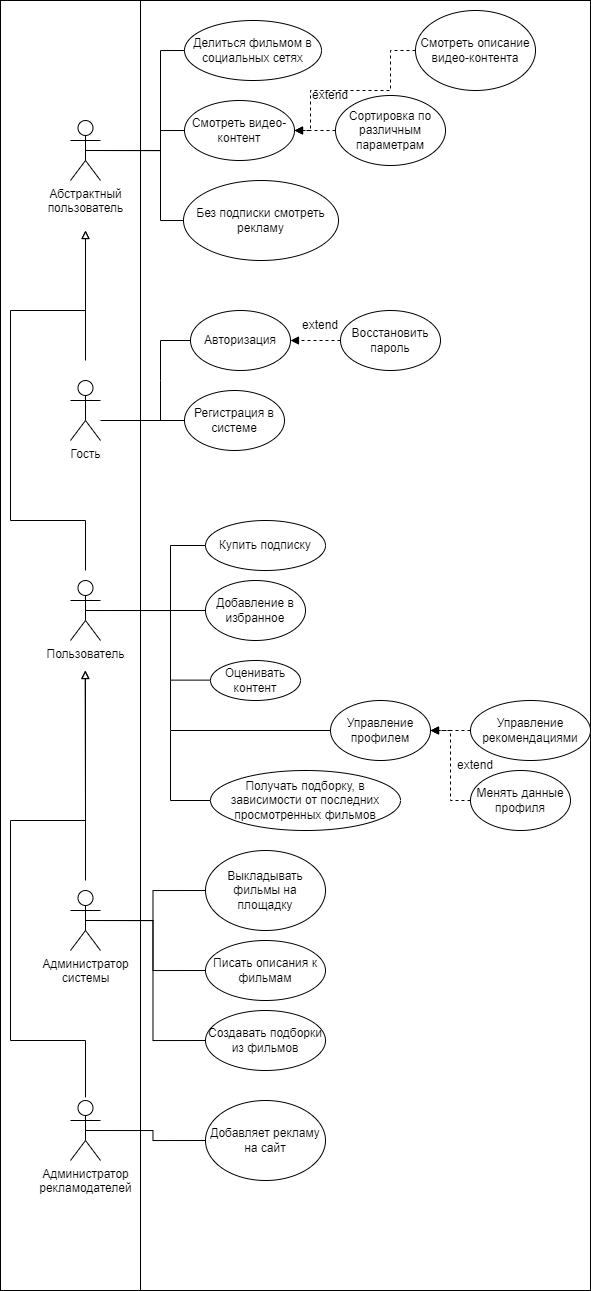
This is lab1/pic/schema.png from ta4ilka69/Fundamentals-of-Software-Engineering, a draw.io export, as it was before one commit. Source tidied: cells renumbered, new cells last; positions are measured from the earlier drawing's top-left corner, leaving out a move shared by most shapes.
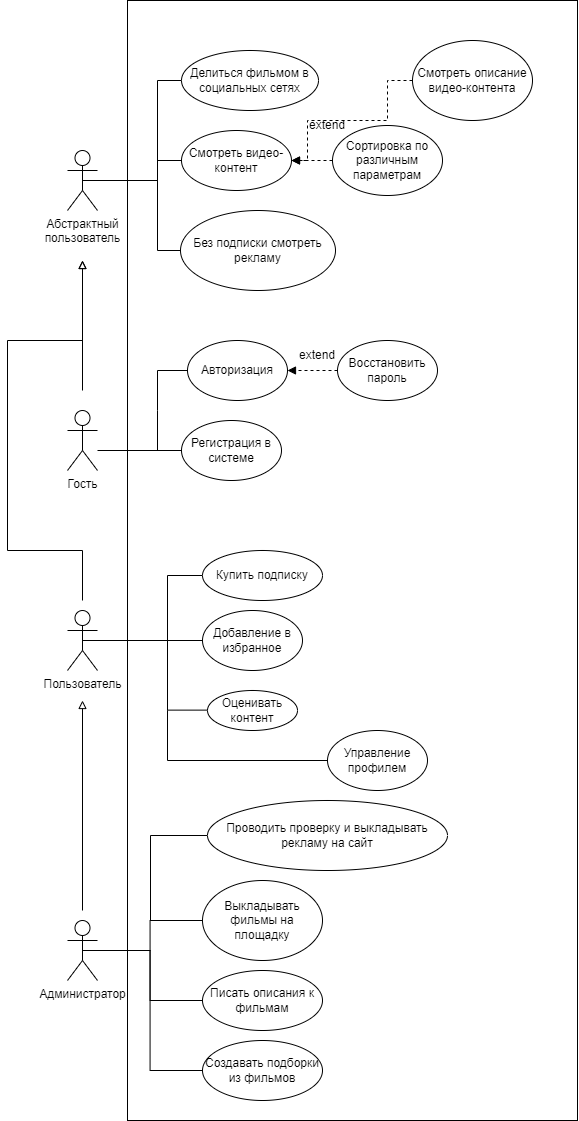
The same diagram one commit later.

Change to the diagram source:
```diff
@@ -2,12 +2,9 @@
   <root>
     <mxCell id="0" />
     <mxCell id="1" parent="0" />
-    <mxCell id="2" style="rounded=0;whiteSpace=wrap;html=1;" parent="1" vertex="1">
-      <mxGeometry width="140" height="1290" as="geometry" />
-    </mxCell>
-    <mxCell id="3" style="rounded=0;whiteSpace=wrap;html=1;" parent="1" vertex="1">
-      <mxGeometry x="140" width="450" height="1290" as="geometry" />
-    </mxCell>
+    <mxCell id="59" style="rounded=0;whiteSpace=wrap;html=1;" parent="1" vertex="1">
+      <mxGeometry x="130" y="-30" width="450" height="1120" as="geometry" />
+    </mxCell>
     <mxCell id="4" value="Гость" style="shape=umlActor;verticalLabelPosition=bottom;verticalAlign=top;html=1;" parent="1" vertex="1">
       <mxGeometry x="70" y="380" width="30" height="60" as="geometry" />
     </mxCell>
@@ -101,46 +98,15 @@
         <mxPoint x="330" y="730" as="targetPoint" />
       </mxGeometry>
     </mxCell>
-    <mxCell id="22" value="Управление рекомендациями" style="ellipse;whiteSpace=wrap;html=1;" parent="1" vertex="1">
-      <mxGeometry x="470" y="700" width="120" height="60" as="geometry" />
-    </mxCell>
     <mxCell id="23" value="Управление профилем" style="ellipse;whiteSpace=wrap;html=1;" parent="1" vertex="1">
       <mxGeometry x="330" y="700" width="100" height="60" as="geometry" />
     </mxCell>
-    <mxCell id="24" value="Менять данные профиля" style="ellipse;whiteSpace=wrap;html=1;" parent="1" vertex="1">
-      <mxGeometry x="470" y="770" width="100" height="60" as="geometry" />
-    </mxCell>
-    <mxCell id="25" style="endArrow=block;html=1;rounded=0;entryX=1;entryY=0.5;entryDx=0;entryDy=0;endFill=1;dashed=1;exitX=0;exitY=0.5;exitDx=0;exitDy=0;" parent="1" edge="1" source="22" target="23">
-      <mxGeometry relative="1" as="geometry" />
-    </mxCell>
-    <mxCell id="26" style="endArrow=block;html=1;rounded=0;entryX=1;entryY=0.5;entryDx=0;entryDy=0;endFill=1;dashed=1;exitX=0;exitY=0.5;exitDx=0;exitDy=0;" parent="1" edge="1" source="24" target="23">
-      <mxGeometry relative="1" as="geometry">
-        <Array as="points">
-          <mxPoint x="450" y="800" />
-          <mxPoint x="450" y="730" />
-        </Array>
-      </mxGeometry>
-    </mxCell>
     <mxCell id="27" style="endArrow=none;html=1;rounded=0;" parent="1" edge="1">
       <mxGeometry relative="1" as="geometry">
         <mxPoint x="170" y="730" as="sourcePoint" />
         <mxPoint x="170" y="680" as="targetPoint" />
       </mxGeometry>
     </mxCell>
-    <mxCell id="28" value="Получать подборку, в зависимости от последних просмотренных фильмов" style="ellipse;whiteSpace=wrap;html=1;" parent="1" vertex="1">
-      <mxGeometry x="210" y="770" width="190" height="60" as="geometry" />
-    </mxCell>
-    <mxCell id="29" style="endArrow=none;html=1;rounded=0;" parent="1" edge="1">
-      <mxGeometry relative="1" as="geometry">
-        <mxPoint x="170" y="800" as="sourcePoint" />
-        <mxPoint x="170" y="730" as="targetPoint" />
-      </mxGeometry>
-    </mxCell>
-    <mxCell id="30" style="endArrow=none;html=1;rounded=0;exitX=0;exitY=0.5;exitDx=0;exitDy=0;" parent="1" edge="1" source="28">
-      <mxGeometry relative="1" as="geometry">
-        <mxPoint x="170" y="800" as="targetPoint" />
-      </mxGeometry>
-    </mxCell>
     <mxCell id="31" style="edgeStyle=orthogonalEdgeStyle;rounded=0;jettySize=auto;html=1;exitX=0.5;exitY=0.5;exitDx=0;exitDy=0;exitPerimeter=0;entryX=0;entryY=0.5;entryDx=0;entryDy=0;strokeColor=default;endArrow=none;endFill=0;" parent="1" edge="1" source="34" target="35">
       <mxGeometry relative="1" as="geometry" />
     </mxCell>
@@ -150,7 +116,7 @@
     <mxCell id="33" style="edgeStyle=orthogonalEdgeStyle;rounded=0;jettySize=auto;html=1;exitX=0.5;exitY=0.5;exitDx=0;exitDy=0;exitPerimeter=0;entryX=0;entryY=0.5;entryDx=0;entryDy=0;endArrow=none;endFill=0;" parent="1" edge="1" source="34" target="37">
       <mxGeometry relative="1" as="geometry" />
     </mxCell>
-    <mxCell id="34" value="Администратор&lt;div&gt;системы&lt;/div&gt;" style="shape=umlActor;verticalLabelPosition=bottom;verticalAlign=top;html=1;outlineConnect=0;" parent="1" vertex="1">
+    <mxCell id="34" value="Администратор" style="shape=umlActor;verticalLabelPosition=bottom;verticalAlign=top;html=1;outlineConnect=0;" parent="1" vertex="1">
       <mxGeometry x="70" y="890" width="30" height="60" as="geometry" />
     </mxCell>
     <mxCell id="35" value="Выкладывать фильмы на площадку" style="ellipse;whiteSpace=wrap;html=1;" parent="1" vertex="1">
@@ -220,9 +186,6 @@
     <mxCell id="48" value="Купить подписку" style="ellipse;whiteSpace=wrap;html=1;" parent="1" vertex="1">
       <mxGeometry x="205" y="520" width="120" height="50" as="geometry" />
     </mxCell>
-    <mxCell id="49" value="extend" style="text;html=1;align=center;verticalAlign=middle;whiteSpace=wrap;rounded=0;" parent="1" vertex="1">
-      <mxGeometry x="445" y="750" width="60" height="30" as="geometry" />
-    </mxCell>
     <mxCell id="50" value="extend" style="text;html=1;align=center;verticalAlign=middle;whiteSpace=wrap;rounded=0;" parent="1" vertex="1">
       <mxGeometry x="290" y="310" width="60" height="30" as="geometry" />
     </mxCell>
@@ -241,26 +204,19 @@
     <mxCell id="54" value="Делиться фильмом в социальных сетях" style="ellipse;whiteSpace=wrap;html=1;" parent="1" vertex="1">
       <mxGeometry x="184" y="20" width="137" height="60" as="geometry" />
     </mxCell>
-    <mxCell id="55" style="edgeStyle=orthogonalEdgeStyle;rounded=0;jettySize=auto;html=1;exitX=0.5;exitY=0.5;exitDx=0;exitDy=0;exitPerimeter=0;entryX=0;entryY=0.5;entryDx=0;entryDy=0;endArrow=none;endFill=0;" parent="1" edge="1" source="56" target="58">
-      <mxGeometry relative="1" as="geometry" />
-    </mxCell>
-    <mxCell id="56" value="Администратор&lt;div&gt;рекламодателей&lt;/div&gt;&lt;div&gt;&lt;br&gt;&lt;/div&gt;" style="shape=umlActor;verticalLabelPosition=bottom;verticalAlign=top;html=1;outlineConnect=0;" parent="1" vertex="1">
-      <mxGeometry x="70" y="1100" width="30" height="60" as="geometry" />
-    </mxCell>
-    <mxCell id="57" style="endArrow=block;html=1;rounded=0;endFill=0;" parent="1" edge="1">
-      <mxGeometry relative="1" as="geometry">
-        <mxPoint x="85" y="1096.9" as="sourcePoint" />
-        <mxPoint x="84.6" y="670" as="targetPoint" />
-        <Array as="points">
-          <mxPoint x="85" y="1040" />
-          <mxPoint x="10" y="1040" />
-          <mxPoint x="10" y="820" />
-          <mxPoint x="85" y="820" />
-        </Array>
-      </mxGeometry>
-    </mxCell>
-    <mxCell id="58" value="Добавляет рекламу на сайт" style="ellipse;whiteSpace=wrap;html=1;" parent="1" vertex="1">
-      <mxGeometry x="205" y="1100" width="120" height="80" as="geometry" />
-    </mxCell>
+    <mxCell id="60" value="Проводить проверку и выкладывать рекламу на сайт" style="ellipse;whiteSpace=wrap;html=1;" parent="1" vertex="1">
+      <mxGeometry x="210" y="770" width="240" height="70" as="geometry" />
+    </mxCell>
+    <mxCell id="61" style="endArrow=none;html=1;rounded=0;" parent="1" edge="1">
+      <mxGeometry relative="1" as="geometry">
+        <mxPoint x="153" y="890" as="sourcePoint" />
+        <mxPoint x="153" y="805" as="targetPoint" />
+      </mxGeometry>
+    </mxCell>
+    <mxCell id="62" style="endArrow=none;html=1;rounded=0;exitX=0;exitY=0.5;exitDx=0;exitDy=0;" parent="1" edge="1" source="60">
+      <mxGeometry relative="1" as="geometry">
+        <mxPoint x="153" y="805" as="targetPoint" />
+      </mxGeometry>
+    </mxCell>
   </root>
 </mxGraphModel>
```
